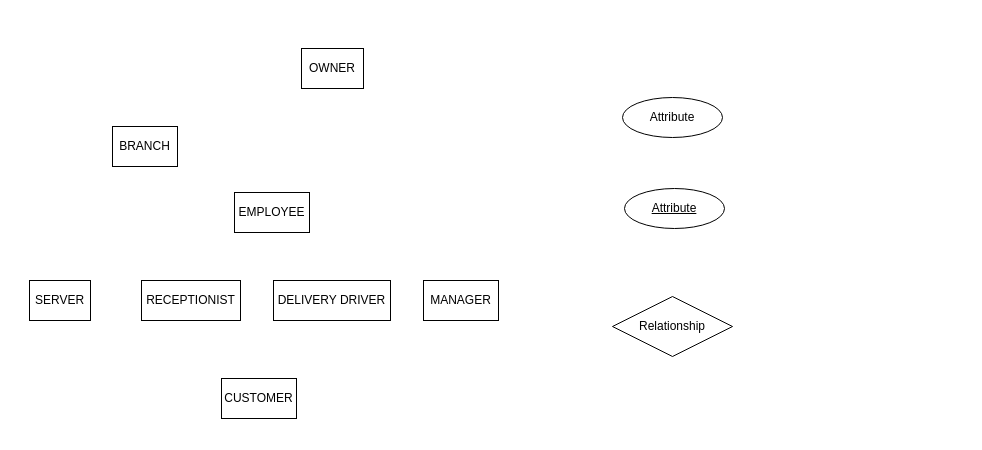
The draw.io diagram Enhanced Entity Relationship Diagram.drawio in hqiao8/Restaurant-Management-System, before the edit. Source tidied: cells renumbered, new cells numbered last; positions are measured from the earlier drawing's top-left corner, leaving out a move shared by most shapes. Both pictures are drawn from the tidied source at 100%, with x=0, y=0 at pixel (29, 48).
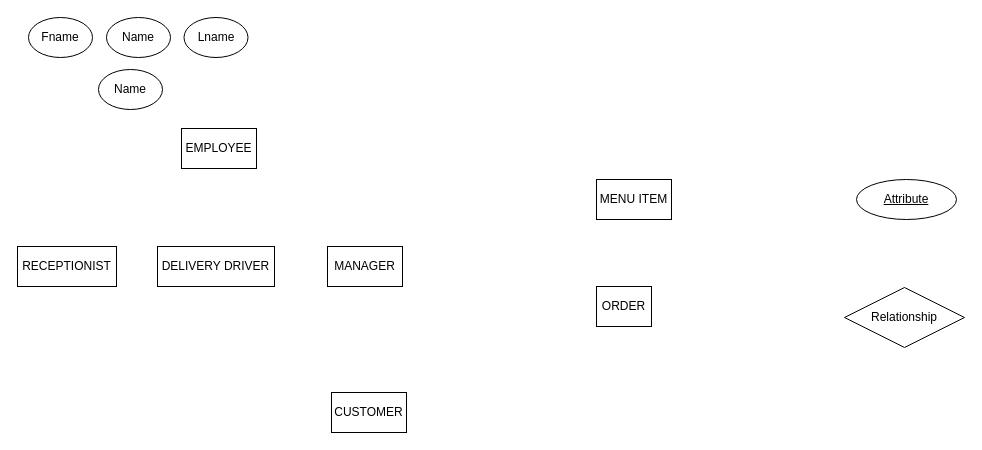
Above is the later version.

Commit message:
Added menu item and order entities

What changed in the source:
```diff
@@
 <mxGraphModel>
   <root>
     <mxCell id="0" />
     <mxCell id="1" parent="0" />
-    <mxCell id="2" value="BRANCH" style="whiteSpace=wrap;html=1;align=center;fillColor=default;" parent="1" vertex="1">
-      <mxGeometry x="83" y="78" width="65" height="40" as="geometry" />
-    </mxCell>
-    <mxCell id="3" value="SERVER" style="whiteSpace=wrap;html=1;align=center;fillColor=default;" parent="1" vertex="1">
-      <mxGeometry y="232" width="61" height="40" as="geometry" />
-    </mxCell>
     <mxCell id="4" value="RECEPTIONIST" style="whiteSpace=wrap;html=1;align=center;fillColor=default;" parent="1" vertex="1">
-      <mxGeometry x="112" y="232" width="99" height="40" as="geometry" />
+      <mxGeometry x="-12" y="198" width="99" height="40" as="geometry" />
     </mxCell>
     <mxCell id="5" value="Attribute" style="ellipse;whiteSpace=wrap;html=1;align=center;fontStyle=4;fillColor=default;gradientColor=none;" parent="1" vertex="1">
-      <mxGeometry x="595" y="140" width="100" height="40" as="geometry" />
+      <mxGeometry x="827" y="131" width="100" height="40" as="geometry" />
     </mxCell>
-    <mxCell id="6" value="Attribute" style="ellipse;whiteSpace=wrap;html=1;align=center;fillColor=default;gradientColor=none;" parent="1" vertex="1">
-      <mxGeometry x="593" y="49" width="100" height="40" as="geometry" />
+    <mxCell id="6" value="Name" style="ellipse;whiteSpace=wrap;html=1;align=center;fillColor=default;gradientColor=none;" parent="1" vertex="1">
+      <mxGeometry x="69" y="21" width="64" height="40" as="geometry" />
     </mxCell>
     <mxCell id="7" value="Relationship" style="shape=rhombus;perimeter=rhombusPerimeter;whiteSpace=wrap;html=1;align=center;fillColor=default;gradientColor=none;" parent="1" vertex="1">
-      <mxGeometry x="583" y="248" width="120" height="60" as="geometry" />
+      <mxGeometry x="815" y="239" width="120" height="60" as="geometry" />
     </mxCell>
     <mxCell id="8" value="DELIVERY DRIVER" style="whiteSpace=wrap;html=1;align=center;fillColor=default;" parent="1" vertex="1">
-      <mxGeometry x="244" y="232" width="117" height="40" as="geometry" />
+      <mxGeometry x="128" y="198" width="117" height="40" as="geometry" />
     </mxCell>
     <mxCell id="9" value="CUSTOMER" style="whiteSpace=wrap;html=1;align=center;fillColor=default;" parent="1" vertex="1">
-      <mxGeometry x="192" y="330" width="75" height="40" as="geometry" />
+      <mxGeometry x="302" y="344" width="75" height="40" as="geometry" />
     </mxCell>
-    <mxCell id="10" value="OWNER" style="whiteSpace=wrap;html=1;align=center;fillColor=default;" parent="1" vertex="1">
-      <mxGeometry x="272" width="62" height="40" as="geometry" />
-    </mxCell>
     <mxCell id="11" value="MANAGER" style="whiteSpace=wrap;html=1;align=center;fillColor=default;" parent="1" vertex="1">
-      <mxGeometry x="394" y="232" width="75" height="40" as="geometry" />
+      <mxGeometry x="298" y="198" width="75" height="40" as="geometry" />
     </mxCell>
     <mxCell id="12" value="EMPLOYEE" style="whiteSpace=wrap;html=1;align=center;fillColor=default;" parent="1" vertex="1">
-      <mxGeometry x="205" y="144" width="75" height="40" as="geometry" />
+      <mxGeometry x="152" y="80" width="75" height="40" as="geometry" />
     </mxCell>
+    <mxCell id="13" value="Fname" style="ellipse;whiteSpace=wrap;html=1;align=center;fillColor=default;gradientColor=none;" parent="1" vertex="1">
+      <mxGeometry x="-1" y="-31" width="64" height="40" as="geometry" />
+    </mxCell>
+    <mxCell id="14" value="Name" style="ellipse;whiteSpace=wrap;html=1;align=center;fillColor=default;gradientColor=none;" parent="1" vertex="1">
+      <mxGeometry x="77" y="-31" width="64" height="40" as="geometry" />
+    </mxCell>
+    <mxCell id="15" value="Lname" style="ellipse;whiteSpace=wrap;html=1;align=center;fillColor=default;gradientColor=none;" parent="1" vertex="1">
+      <mxGeometry x="154.5" y="-31" width="64" height="40" as="geometry" />
+    </mxCell>
+    <mxCell id="16" value="MENU ITEM" style="whiteSpace=wrap;html=1;align=center;fillColor=default;" parent="1" vertex="1">
+      <mxGeometry x="567" y="131" width="75" height="40" as="geometry" />
+    </mxCell>
+    <mxCell id="17" value="ORDER" style="whiteSpace=wrap;html=1;align=center;fillColor=default;" parent="1" vertex="1">
+      <mxGeometry x="567" y="238" width="55" height="40" as="geometry" />
+    </mxCell>
   </root>
 </mxGraphModel>
```
